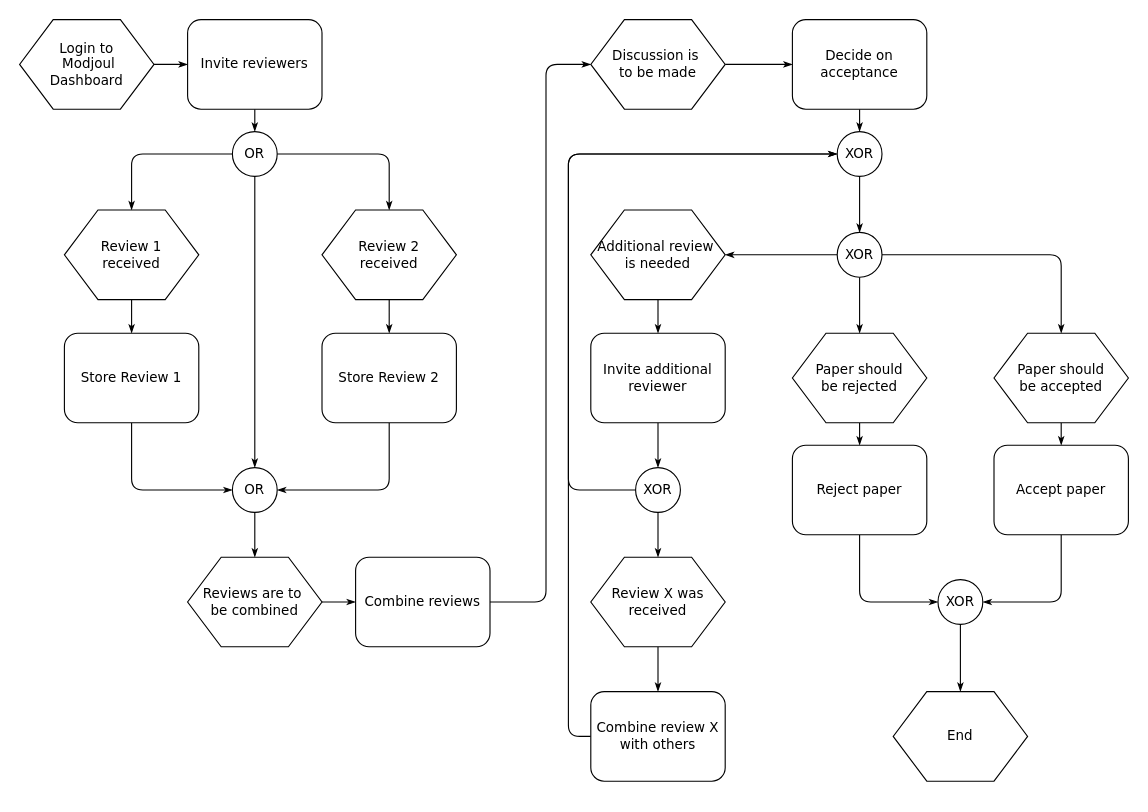
piyushsingh82/ReactNativeExamples keeps this draw.io diagram as Untitled Diagram.drawio. Above is the earlier version. Source tidied: cells renumbered, new cells numbered last; positions are measured from the earlier drawing's top-left corner, leaving out a move shared by most shapes. Both pictures are drawn from the tidied source at 112%, with x=0, y=0 at pixel (19, 19).
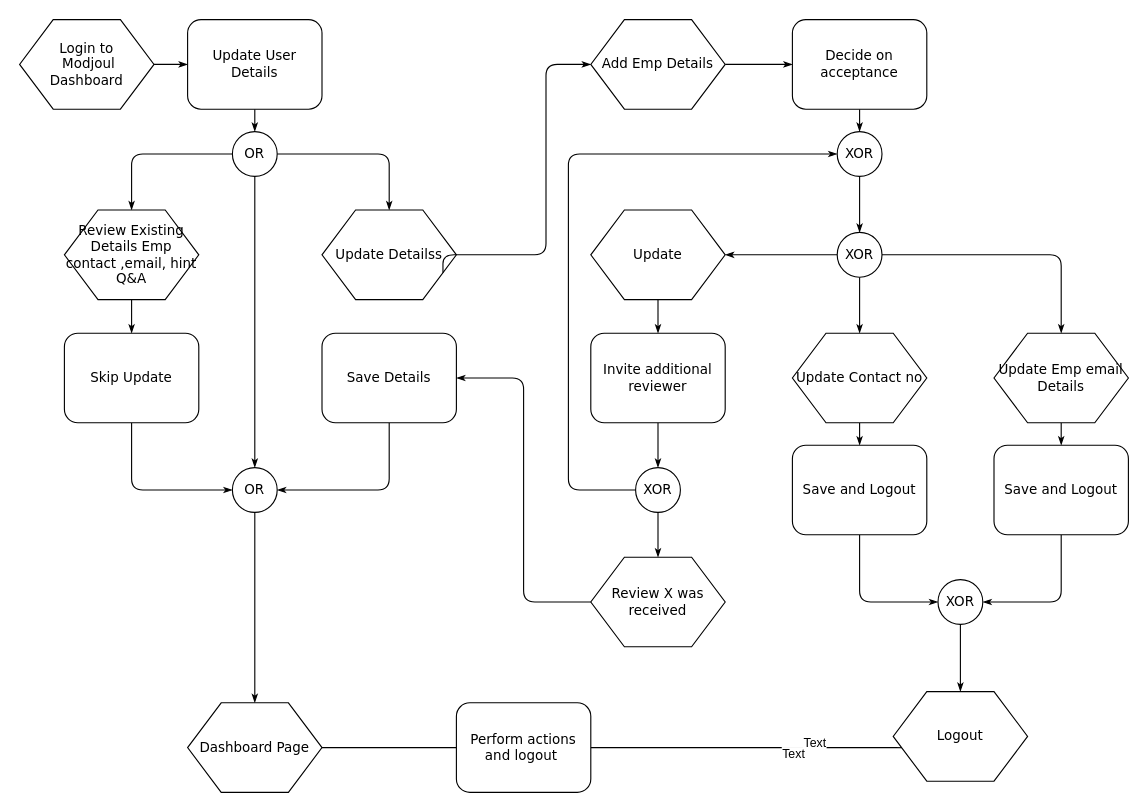
The same page after the edit.

Commit message:
Login_Flow

Unchanged cells that the change refers to:
```xml
<mxCell id="29" value="XOR" style="ellipse;whiteSpace=wrap;html=1;rounded=1;shadow=0;labelBackgroundColor=none;strokeWidth=1;fontFamily=Verdana;fontSize=12;align=center;" parent="1" vertex="1">
  <mxGeometry x="730" y="100" width="40" height="40" as="geometry" />
</mxCell>
<mxCell id="50" value="Review X was received" style="shape=hexagon;perimeter=hexagonPerimeter;whiteSpace=wrap;html=1;rounded=0;shadow=0;labelBackgroundColor=none;strokeWidth=1;fontFamily=Verdana;fontSize=12;align=center;" parent="1" vertex="1">
  <mxGeometry x="510" y="480" width="120" height="80" as="geometry" />
</mxCell>
```

What changed in the source:
```diff
@@
-    <mxCell id="5" value="Invite reviewers" style="rounded=1;whiteSpace=wrap;html=1;shadow=0;labelBackgroundColor=none;strokeWidth=1;fontFamily=Verdana;fontSize=12;align=center;" parent="1" vertex="1">
+    <mxCell id="5" value="Update User Details" style="rounded=1;whiteSpace=wrap;html=1;shadow=0;labelBackgroundColor=none;strokeWidth=1;fontFamily=Verdana;fontSize=12;align=center;" parent="1" vertex="1">
       <mxGeometry x="150" width="120" height="80" as="geometry" />
     </mxCell>
@@
-    <mxCell id="11" value="Review 1&lt;div&gt;received&lt;/div&gt;" style="shape=hexagon;perimeter=hexagonPerimeter;whiteSpace=wrap;html=1;rounded=0;shadow=0;labelBackgroundColor=none;strokeWidth=1;fontFamily=Verdana;fontSize=12;align=center;" parent="1" vertex="1">
+    <mxCell id="11" value="Review Existing Details Emp contact ,email, hint Q&amp;amp;A" style="shape=hexagon;perimeter=hexagonPerimeter;whiteSpace=wrap;html=1;rounded=0;shadow=0;labelBackgroundColor=none;strokeWidth=1;fontFamily=Verdana;fontSize=12;align=center;" parent="1" vertex="1">
       <mxGeometry x="40" y="170" width="120" height="80" as="geometry" />
     </mxCell>
-    <mxCell id="12" style="edgeStyle=orthogonalEdgeStyle;rounded=1;html=1;labelBackgroundColor=none;startArrow=none;startFill=0;startSize=5;endArrow=classicThin;endFill=1;endSize=5;jettySize=auto;strokeWidth=1;fontFamily=Verdana;fontSize=8;" parent="1" edge="1" source="13" target="17">
-      <mxGeometry relative="1" as="geometry" />
-    </mxCell>
-    <mxCell id="13" value="Review 2&lt;div&gt;received&lt;/div&gt;" style="shape=hexagon;perimeter=hexagonPerimeter;whiteSpace=wrap;html=1;rounded=0;shadow=0;labelBackgroundColor=none;strokeWidth=1;fontFamily=Verdana;fontSize=12;align=center;" parent="1" vertex="1">
+    <mxCell id="13" value="Update Detailss" style="shape=hexagon;perimeter=hexagonPerimeter;whiteSpace=wrap;html=1;rounded=0;shadow=0;labelBackgroundColor=none;strokeWidth=1;fontFamily=Verdana;fontSize=12;align=center;" parent="1" vertex="1">
       <mxGeometry x="270" y="170" width="120" height="80" as="geometry" />
     </mxCell>
@@
-    <mxCell id="15" value="Store Review 1" style="rounded=1;whiteSpace=wrap;html=1;shadow=0;labelBackgroundColor=none;strokeWidth=1;fontFamily=Verdana;fontSize=12;align=center;" parent="1" vertex="1">
+    <mxCell id="15" value="Skip Update" style="rounded=1;whiteSpace=wrap;html=1;shadow=0;labelBackgroundColor=none;strokeWidth=1;fontFamily=Verdana;fontSize=12;align=center;" parent="1" vertex="1">
       <mxGeometry x="40" y="280" width="120" height="80" as="geometry" />
     </mxCell>
@@
-    <mxCell id="17" value="Store Review 2" style="rounded=1;whiteSpace=wrap;html=1;shadow=0;labelBackgroundColor=none;strokeWidth=1;fontFamily=Verdana;fontSize=12;align=center;" parent="1" vertex="1">
+    <mxCell id="17" value="Save Details" style="rounded=1;whiteSpace=wrap;html=1;shadow=0;labelBackgroundColor=none;strokeWidth=1;fontFamily=Verdana;fontSize=12;align=center;" parent="1" vertex="1">
       <mxGeometry x="270" y="280" width="120" height="80" as="geometry" />
     </mxCell>
@@
-    <mxCell id="20" style="edgeStyle=orthogonalEdgeStyle;rounded=1;html=1;labelBackgroundColor=none;startArrow=none;startFill=0;startSize=5;endArrow=classicThin;endFill=1;endSize=5;jettySize=auto;strokeWidth=1;fontFamily=Verdana;fontSize=8;" parent="1" edge="1" source="21" target="23">
-      <mxGeometry relative="1" as="geometry" />
+    <mxCell id="20" style="edgeStyle=orthogonalEdgeStyle;rounded=1;labelBackgroundColor=none;startArrow=none;startFill=0;startSize=5;endArrow=classicThin;endFill=1;endSize=5;jettySize=auto;strokeWidth=1;fontFamily=Verdana;fontSize=8;fontColor=default;html=1;entryX=0;entryY=0.75;entryDx=0;entryDy=0;" parent="1" edge="1" source="55" target="53">
+      <mxGeometry relative="1" as="geometry">
+        <Array as="points">
+          <mxPoint x="792" y="650" />
+        </Array>
+      </mxGeometry>
     </mxCell>
+    <mxCell id="56" value="Text" style="edgeLabel;html=1;align=center;verticalAlign=middle;" parent="20" vertex="1">
+      <mxGeometry x="0.38" y="5" relative="1" as="geometry" />
+    </mxCell>
+    <mxCell id="57" value="Text" style="edgeLabel;html=1;align=center;verticalAlign=middle;" parent="20" vertex="1">
+      <mxGeometry x="0.25" y="-5" relative="1" as="geometry" />
+    </mxCell>
-    <mxCell id="21" value="Reviews are to&amp;nbsp;&lt;div&gt;be combined&lt;/div&gt;" style="shape=hexagon;perimeter=hexagonPerimeter;whiteSpace=wrap;html=1;rounded=0;shadow=0;labelBackgroundColor=none;strokeWidth=1;fontFamily=Verdana;fontSize=12;align=center;" parent="1" vertex="1">
-      <mxGeometry x="150" y="480" width="120" height="80" as="geometry" />
+    <mxCell id="21" value="Dashboard Page" style="shape=hexagon;perimeter=hexagonPerimeter;whiteSpace=wrap;html=1;rounded=0;shadow=0;labelBackgroundColor=none;strokeWidth=1;fontFamily=Verdana;fontSize=12;align=center;" parent="1" vertex="1">
+      <mxGeometry x="150" y="610" width="120" height="80" as="geometry" />
     </mxCell>
-    <mxCell id="22" style="edgeStyle=orthogonalEdgeStyle;rounded=1;html=1;labelBackgroundColor=none;startArrow=none;startFill=0;startSize=5;endArrow=classicThin;endFill=1;endSize=5;jettySize=auto;strokeWidth=1;fontFamily=Verdana;fontSize=8;" parent="1" edge="1" source="23" target="25">
+    <mxCell id="22" style="edgeStyle=orthogonalEdgeStyle;rounded=1;html=1;labelBackgroundColor=none;startArrow=none;startFill=0;startSize=5;endArrow=classicThin;endFill=1;endSize=5;jettySize=auto;strokeWidth=1;fontFamily=Verdana;fontSize=8;exitX=1;exitY=0.75;exitDx=0;exitDy=0;" parent="1" edge="1" source="13" target="25">
       <mxGeometry relative="1" as="geometry">
         <Array as="points">
-          <mxPoint x="470" y="520" />
+          <mxPoint x="378" y="210" />
+          <mxPoint x="470" y="210" />
           <mxPoint x="470" y="40" />
         </Array>
       </mxGeometry>
     </mxCell>
-    <mxCell id="23" value="Combine reviews" style="rounded=1;whiteSpace=wrap;html=1;shadow=0;labelBackgroundColor=none;strokeWidth=1;fontFamily=Verdana;fontSize=12;align=center;" parent="1" vertex="1">
-      <mxGeometry x="300" y="480" width="120" height="80" as="geometry" />
-    </mxCell>
@@
-    <mxCell id="25" value="Discussion is&amp;nbsp;&lt;div&gt;to be made&lt;/div&gt;" style="shape=hexagon;perimeter=hexagonPerimeter;whiteSpace=wrap;html=1;rounded=0;shadow=0;labelBackgroundColor=none;strokeWidth=1;fontFamily=Verdana;fontSize=12;align=center;" parent="1" vertex="1">
+    <mxCell id="25" value="Add Emp Details" style="shape=hexagon;perimeter=hexagonPerimeter;whiteSpace=wrap;html=1;rounded=0;shadow=0;labelBackgroundColor=none;strokeWidth=1;fontFamily=Verdana;fontSize=12;align=center;" parent="1" vertex="1">
       <mxGeometry x="510" width="120" height="80" as="geometry" />
     </mxCell>
@@
-    <mxCell id="31" value="Additional review&amp;nbsp;&lt;div&gt;is needed&lt;/div&gt;" style="shape=hexagon;perimeter=hexagonPerimeter;whiteSpace=wrap;html=1;rounded=0;shadow=0;labelBackgroundColor=none;strokeWidth=1;fontFamily=Verdana;fontSize=12;align=center;" parent="1" vertex="1">
+    <mxCell id="31" value="Update" style="shape=hexagon;perimeter=hexagonPerimeter;whiteSpace=wrap;html=1;rounded=0;shadow=0;labelBackgroundColor=none;strokeWidth=1;fontFamily=Verdana;fontSize=12;align=center;" parent="1" vertex="1">
       <mxGeometry x="510" y="170" width="120" height="80" as="geometry" />
     </mxCell>
@@
-    <mxCell id="39" value="Paper should&lt;div&gt;be rejected&lt;/div&gt;" style="shape=hexagon;perimeter=hexagonPerimeter;whiteSpace=wrap;html=1;rounded=0;shadow=0;labelBackgroundColor=none;strokeWidth=1;fontFamily=Verdana;fontSize=12;align=center;" parent="1" vertex="1">
+    <mxCell id="39" value="Update Contact no" style="shape=hexagon;perimeter=hexagonPerimeter;whiteSpace=wrap;html=1;rounded=0;shadow=0;labelBackgroundColor=none;strokeWidth=1;fontFamily=Verdana;fontSize=12;align=center;" parent="1" vertex="1">
       <mxGeometry x="690" y="280" width="120" height="80" as="geometry" />
     </mxCell>
@@
-    <mxCell id="41" value="Paper should&lt;div&gt;be accepted&lt;/div&gt;" style="shape=hexagon;perimeter=hexagonPerimeter;whiteSpace=wrap;html=1;rounded=0;shadow=0;labelBackgroundColor=none;strokeWidth=1;fontFamily=Verdana;fontSize=12;align=center;" parent="1" vertex="1">
+    <mxCell id="41" value="Update Emp email Details" style="shape=hexagon;perimeter=hexagonPerimeter;whiteSpace=wrap;html=1;rounded=0;shadow=0;labelBackgroundColor=none;strokeWidth=1;fontFamily=Verdana;fontSize=12;align=center;" parent="1" vertex="1">
       <mxGeometry x="870" y="280" width="120" height="80" as="geometry" />
     </mxCell>
@@
-    <mxCell id="46" value="Reject paper" style="rounded=1;whiteSpace=wrap;html=1;shadow=0;labelBackgroundColor=none;strokeWidth=1;fontFamily=Verdana;fontSize=12;align=center;" parent="1" vertex="1">
+    <mxCell id="46" value="Save and Logout" style="rounded=1;whiteSpace=wrap;html=1;shadow=0;labelBackgroundColor=none;strokeWidth=1;fontFamily=Verdana;fontSize=12;align=center;" parent="1" vertex="1">
       <mxGeometry x="690" y="380" width="120" height="80" as="geometry" />
     </mxCell>
@@
-    <mxCell id="48" value="Accept paper" style="rounded=1;whiteSpace=wrap;html=1;shadow=0;labelBackgroundColor=none;strokeWidth=1;fontFamily=Verdana;fontSize=12;align=center;" parent="1" vertex="1">
+    <mxCell id="48" value="Save and Logout" style="rounded=1;whiteSpace=wrap;html=1;shadow=0;labelBackgroundColor=none;strokeWidth=1;fontFamily=Verdana;fontSize=12;align=center;" parent="1" vertex="1">
       <mxGeometry x="870" y="380" width="120" height="80" as="geometry" />
     </mxCell>
-    <mxCell id="49" style="edgeStyle=orthogonalEdgeStyle;rounded=1;html=1;labelBackgroundColor=none;startArrow=none;startFill=0;startSize=5;endArrow=classicThin;endFill=1;endSize=5;jettySize=auto;strokeWidth=1;fontFamily=Verdana;fontSize=8;" parent="1" edge="1" source="50" target="55">
+    <mxCell id="49" style="edgeStyle=orthogonalEdgeStyle;rounded=1;html=1;labelBackgroundColor=none;startArrow=none;startFill=0;startSize=5;endArrow=classicThin;endFill=1;endSize=5;jettySize=auto;strokeWidth=1;fontFamily=Verdana;fontSize=8;entryX=1;entryY=0.5;entryDx=0;entryDy=0;" parent="1" edge="1" source="50" target="17">
       <mxGeometry relative="1" as="geometry" />
     </mxCell>
@@
-    <mxCell id="53" value="End" style="shape=hexagon;perimeter=hexagonPerimeter;whiteSpace=wrap;html=1;rounded=0;shadow=0;labelBackgroundColor=none;strokeWidth=1;fontFamily=Verdana;fontSize=12;align=center;" parent="1" vertex="1">
+    <mxCell id="53" value="Logout" style="shape=hexagon;perimeter=hexagonPerimeter;whiteSpace=wrap;html=1;rounded=0;shadow=0;labelBackgroundColor=none;strokeWidth=1;fontFamily=Verdana;fontSize=12;align=center;" parent="1" vertex="1">
       <mxGeometry x="780" y="600" width="120" height="80" as="geometry" />
     </mxCell>
-    <mxCell id="54" style="edgeStyle=orthogonalEdgeStyle;rounded=1;html=1;labelBackgroundColor=none;startArrow=none;startFill=0;startSize=5;endArrow=classicThin;endFill=1;endSize=5;jettySize=auto;sstrokeWidth=1;fontFamily=Verdana;fontSize=8;" parent="1" edge="1" source="55" target="29">
-      <mxGeometry relative="1" as="geometry">
-        <Array as="points">
-          <mxPoint x="490" y="640" />
-          <mxPoint x="490" y="120" />
-        </Array>
-      </mxGeometry>
-    </mxCell>
-    <mxCell id="55" value="Combine review X with others" style="rounded=1;whiteSpace=wrap;html=1;shadow=0;labelBackgroundColor=none;strokeWidth=1;fontFamily=Verdana;fontSize=12;align=center;" parent="1" vertex="1">
-      <mxGeometry x="510" y="600" width="120" height="80" as="geometry" />
+    <mxCell id="55" value="Perform actions and logout&amp;nbsp;" style="rounded=1;whiteSpace=wrap;html=1;shadow=0;labelBackgroundColor=none;strokeWidth=1;fontFamily=Verdana;fontSize=12;align=center;" parent="1" vertex="1">
+      <mxGeometry x="390" y="610" width="120" height="80" as="geometry" />
     </mxCell>
+    <mxCell id="58" style="edgeStyle=orthogonalEdgeStyle;rounded=1;html=1;labelBackgroundColor=none;startArrow=none;startFill=0;startSize=5;endArrow=none;endFill=1;endSize=5;jettySize=auto;strokeWidth=1;fontFamily=Verdana;fontSize=8;entryX=0;entryY=0.5;entryDx=0;entryDy=0;" parent="1" edge="1" source="21" target="55">
+      <mxGeometry relative="1" as="geometry" />
+    </mxCell>
```
